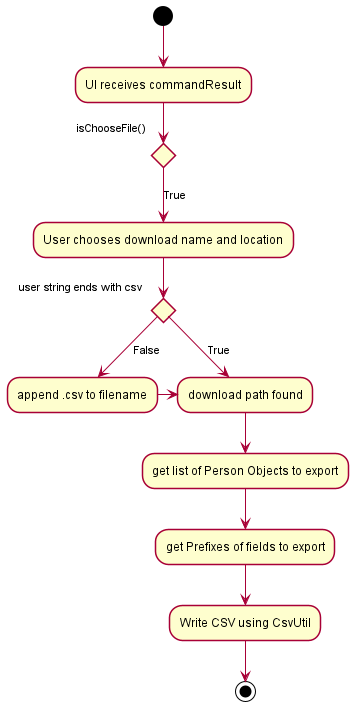
Earlier version of the PlantUML export docs/images/MainWindowMailingListActivityDiagram.png (nus-cs2103-AY2122S1/tp). Its diagram source:
```plantuml
@startuml
!include style.puml
(*) --> "UI receives commandResult"
if "isChooseFile()"
    --> [True] "User chooses download name and location"
endif

if "user string ends with csv"
    --> [True] "download path found"
else
    --> [False] "append .csv to filename"
endif
"append .csv to filename" -> "download path found"

"download path found" --> "get list of Person Objects to export"
"get list of Person Objects to export" --> "get Prefixes of fields to export"
"get Prefixes of fields to export" --> "Write CSV using CsvUtil"
"Write CSV using CsvUtil" --> (*)

@enduml
```
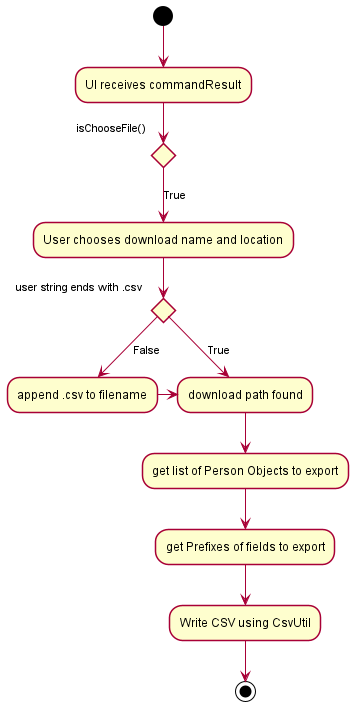
Above is the later version.

Commit message:
Improve diagrams

The edit, as a diff of the source:
```diff
@@ -5,7 +5,7 @@
     --> [True] "User chooses download name and location"
 endif
 
-if "user string ends with csv"
+if "user string ends with .csv"
     --> [True] "download path found"
 else
     --> [False] "append .csv to filename"
```
